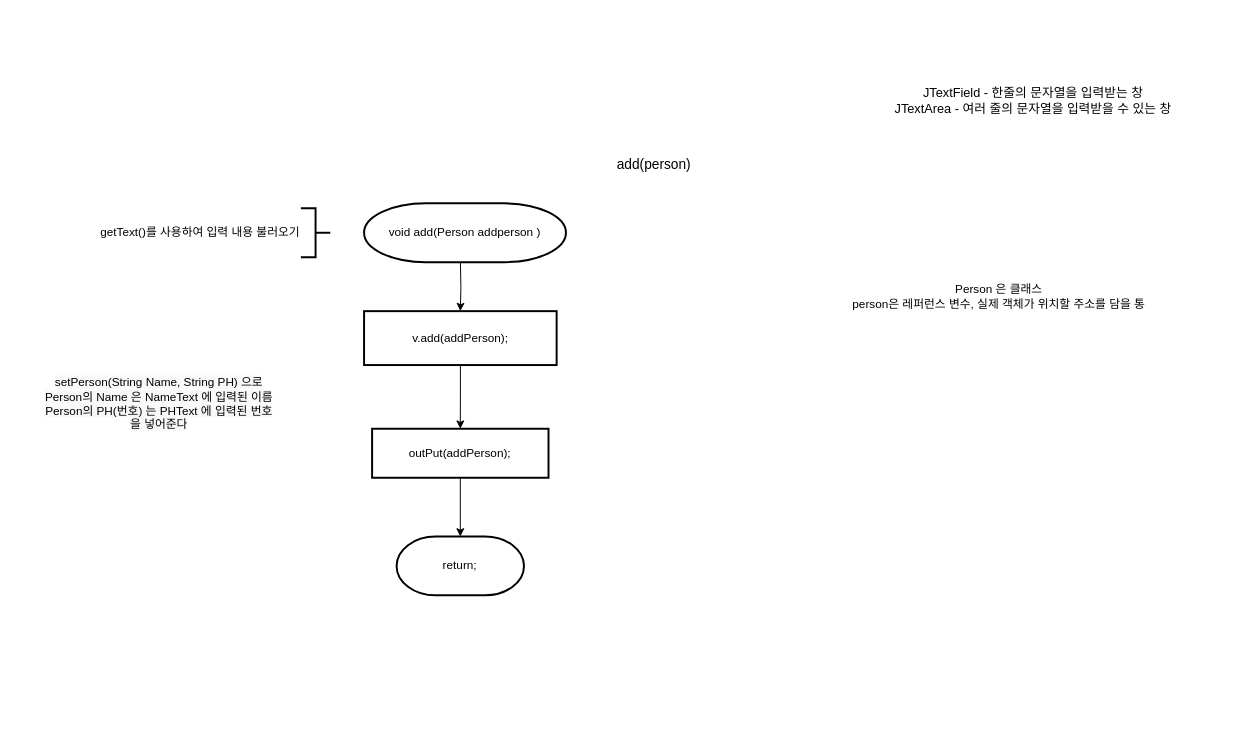
Above: 순서도/Add 기능 순서도_java.drawio in skatld123/PH_list_java (draw.io), before the change. Source tidied: cells renumbered, new cells numbered last; positions are measured from the earlier drawing's top-left corner, leaving out a move shared by most shapes. Both pictures are drawn from the tidied source at 98%, with x=0, y=0 at pixel (17, 51).
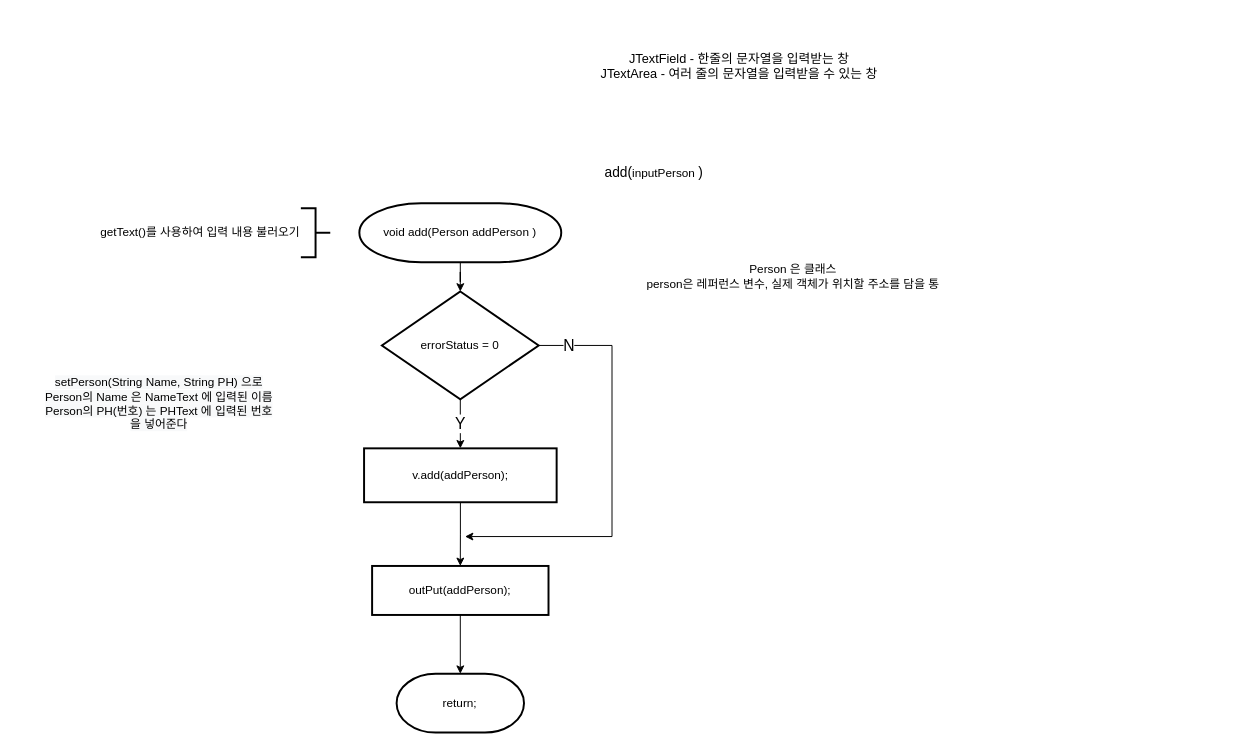
Above is the later version.

Commit message:
Add 기능 순서도_java.drawio 업데이트

The edit, as a diff of the source:
```diff
@@
 <mxGraphModel>
   <root>
     <mxCell id="0" />
     <mxCell id="1" parent="0" />
+    <mxCell id="15" style="edgeStyle=orthogonalEdgeStyle;rounded=0;jettySize=auto;html=1;fontSize=16;" parent="1" edge="1" source="2" target="18">
+      <mxGeometry relative="1" as="geometry" />
+    </mxCell>
-    <mxCell id="2" value="&lt;span style=&quot;text-align: left&quot;&gt;void add(Person addperson )&lt;/span&gt;" style="strokeWidth=2;html=1;shape=mxgraph.flowchart.terminator;whiteSpace=wrap;" parent="1" vertex="1">
-      <mxGeometry x="354" y="155" width="206" height="60" as="geometry" />
+    <mxCell id="2" value="&lt;span style=&quot;text-align: left&quot;&gt;void add(Person addPerson )&lt;/span&gt;" style="strokeWidth=2;html=1;shape=mxgraph.flowchart.terminator;whiteSpace=wrap;" parent="1" vertex="1">
+      <mxGeometry x="349.2" y="155" width="206" height="60" as="geometry" />
     </mxCell>
     <mxCell id="3" value="return;" style="strokeWidth=2;html=1;shape=mxgraph.flowchart.terminator;whiteSpace=wrap;" parent="1" vertex="1">
-      <mxGeometry x="387.2" y="495" width="130" height="60" as="geometry" />
+      <mxGeometry x="387.2" y="635" width="130" height="60" as="geometry" />
     </mxCell>
     <mxCell id="4" style="edgeStyle=orthogonalEdgeStyle;rounded=0;jettySize=auto;html=1;exitX=0.5;exitY=1;exitDx=0;exitDy=0;entryX=0.5;entryY=0;entryDx=0;entryDy=0;entryPerimeter=0;fontSize=13;" parent="1" edge="1" source="5" target="3">
       <mxGeometry relative="1" as="geometry" />
     </mxCell>
     <mxCell id="5" value="outPut(addPerson);" style="rounded=1;whiteSpace=wrap;html=1;absoluteArcSize=1;arcSize=0;strokeWidth=2;" parent="1" vertex="1">
-      <mxGeometry x="362.2" y="385" width="180" height="50" as="geometry" />
+      <mxGeometry x="362.2" y="525" width="180" height="50" as="geometry" />
     </mxCell>
     <mxCell id="6" value="Person 은 클래스&lt;br&gt;person은 레퍼런스 변수, 실제 객체가 위치할 주소를 담을 통" style="text;html=1;strokeColor=none;fillColor=none;align=center;verticalAlign=middle;whiteSpace=wrap;rounded=0;" parent="1" vertex="1">
-      <mxGeometry x="837" y="195" width="330" height="110" as="geometry" />
+      <mxGeometry x="627" y="175" width="330" height="110" as="geometry" />
     </mxCell>
     <mxCell id="7" style="edgeStyle=orthogonalEdgeStyle;rounded=0;jettySize=auto;html=1;entryX=0.5;entryY=0;entryDx=0;entryDy=0;fontSize=14;" parent="1" edge="1" source="8" target="5">
       <mxGeometry relative="1" as="geometry" />
     </mxCell>
     <mxCell id="8" value="&lt;p style=&quot;line-height: 140%&quot;&gt;&lt;span&gt;v.add(&lt;/span&gt;&lt;span style=&quot;font-family: &amp;#34;helvetica&amp;#34;&quot;&gt;addPerson&lt;/span&gt;&lt;span&gt;);&lt;/span&gt;&lt;br&gt;&lt;/p&gt;" style="rounded=1;whiteSpace=wrap;html=1;absoluteArcSize=1;arcSize=0;strokeWidth=2;align=center;" parent="1" vertex="1">
-      <mxGeometry x="354" y="265" width="196.5" height="55" as="geometry" />
+      <mxGeometry x="354" y="405" width="196.5" height="55" as="geometry" />
     </mxCell>
     <mxCell id="9" value="getText()를 사용하여 입력 내용 불러오기" style="text;html=1;strokeColor=none;fillColor=none;align=center;verticalAlign=middle;whiteSpace=wrap;rounded=0;" parent="1" vertex="1">
       <mxGeometry x="77" y="140" width="220" height="90" as="geometry" />
     </mxCell>
     <mxCell id="10" value="&lt;br&gt;&lt;br&gt;&lt;span style=&quot;color: rgb(0 , 0 , 0) ; font-family: &amp;#34;helvetica&amp;#34; ; font-size: 12px ; font-style: normal ; font-weight: 400 ; letter-spacing: normal ; text-indent: 0px ; text-transform: none ; word-spacing: 0px ; background-color: rgb(248 , 249 , 250) ; text-align: left&quot;&gt;setPerson(String Name, String PH) 으로&lt;br&gt;Person의 Name 은&amp;nbsp;&lt;/span&gt;&lt;span style=&quot;color: rgb(0 , 0 , 0) ; font-family: &amp;#34;helvetica&amp;#34; ; font-size: 12px ; font-style: normal ; font-weight: 400 ; letter-spacing: normal ; text-align: center ; text-indent: 0px ; text-transform: none ; word-spacing: 0px ; background-color: rgb(248 , 249 , 250) ; display: inline ; float: none&quot;&gt;NameText 에 입력된 이름&lt;/span&gt;&lt;br style=&quot;color: rgb(0 , 0 , 0) ; font-family: &amp;#34;helvetica&amp;#34; ; font-size: 12px ; font-style: normal ; font-weight: 400 ; letter-spacing: normal ; text-align: center ; text-indent: 0px ; text-transform: none ; word-spacing: 0px ; background-color: rgb(248 , 249 , 250)&quot;&gt;&lt;span style=&quot;color: rgb(0 , 0 , 0) ; font-family: &amp;#34;helvetica&amp;#34; ; font-size: 12px ; font-style: normal ; font-weight: 400 ; letter-spacing: normal ; text-indent: 0px ; text-transform: none ; word-spacing: 0px ; background-color: rgb(248 , 249 , 250) ; text-align: left&quot;&gt;Person의 PH(번호) 는&amp;nbsp;&lt;/span&gt;&lt;span style=&quot;color: rgb(0 , 0 , 0) ; font-family: &amp;#34;helvetica&amp;#34; ; font-size: 12px ; font-style: normal ; font-weight: 400 ; letter-spacing: normal ; text-align: center ; text-indent: 0px ; text-transform: none ; word-spacing: 0px ; background-color: rgb(248 , 249 , 250) ; display: inline ; float: none&quot;&gt;PHText 에 입력된 번호&lt;/span&gt;&lt;br style=&quot;color: rgb(0 , 0 , 0) ; font-family: &amp;#34;helvetica&amp;#34; ; font-size: 12px ; font-style: normal ; font-weight: 400 ; letter-spacing: normal ; text-align: center ; text-indent: 0px ; text-transform: none ; word-spacing: 0px ; background-color: rgb(248 , 249 , 250)&quot;&gt;&lt;span style=&quot;color: rgb(0 , 0 , 0) ; font-family: &amp;#34;helvetica&amp;#34; ; font-size: 12px ; font-style: normal ; font-weight: 400 ; letter-spacing: normal ; text-indent: 0px ; text-transform: none ; word-spacing: 0px ; background-color: rgb(248 , 249 , 250) ; text-align: left&quot;&gt;을 넣어준다&lt;/span&gt;" style="text;html=1;strokeColor=none;fillColor=none;align=center;verticalAlign=middle;whiteSpace=wrap;rounded=0;" parent="1" vertex="1">
       <mxGeometry x="-0.5" y="265" width="290" height="160" as="geometry" />
     </mxCell>
     <mxCell id="11" value="JTextField - 한줄의 문자열을 입력받는 창&lt;br style=&quot;font-size: 13px;&quot;&gt;JTextArea - 여러 줄의 문자열을 입력받을 수 있는 창" style="text;html=1;strokeColor=none;fillColor=none;align=center;verticalAlign=middle;whiteSpace=wrap;rounded=0;fontSize=13;" parent="1" vertex="1">
-      <mxGeometry x="837" width="400" height="100" as="geometry" />
+      <mxGeometry x="537" y="-35" width="400" height="100" as="geometry" />
     </mxCell>
-    <mxCell id="12" style="edgeStyle=orthogonalEdgeStyle;rounded=0;jettySize=auto;html=1;entryX=0.5;entryY=0;entryDx=0;entryDy=0;fontSize=14;" parent="1" edge="1" target="8">
-      <mxGeometry relative="1" as="geometry">
-        <mxPoint x="452.3" y="215" as="sourcePoint" />
-      </mxGeometry>
-    </mxCell>
     <mxCell id="13" style="strokeWidth=2;html=1;shape=mxgraph.flowchart.annotation_2;align=left;labelPosition=right;fontSize=14;direction=west;" parent="1" vertex="1">
       <mxGeometry x="289.5" y="160" width="30" height="50" as="geometry" />
     </mxCell>
-    <mxCell id="14" value="add(person)" style="text;html=1;strokeColor=none;fillColor=none;align=center;verticalAlign=middle;whiteSpace=wrap;rounded=0;fontSize=14;" parent="1" vertex="1">
+    <mxCell id="14" value="&amp;nbsp;&lt;br&gt;add(&lt;span style=&quot;font-size: 12px&quot;&gt;inputPerson&amp;nbsp;&lt;/span&gt;)" style="text;html=1;strokeColor=none;fillColor=none;align=center;verticalAlign=middle;whiteSpace=wrap;rounded=0;fontSize=14;" parent="1" vertex="1">
       <mxGeometry x="560" y="90" width="180" height="50" as="geometry" />
     </mxCell>
+    <mxCell id="16" value="Y" style="edgeStyle=orthogonalEdgeStyle;rounded=0;jettySize=auto;html=1;entryX=0.5;entryY=0;entryDx=0;entryDy=0;fontSize=16;" parent="1" edge="1" source="18" target="8">
+      <mxGeometry relative="1" as="geometry" />
+    </mxCell>
+    <mxCell id="17" value="N" style="edgeStyle=orthogonalEdgeStyle;rounded=0;jettySize=auto;html=1;exitX=1;exitY=0.5;exitDx=0;exitDy=0;exitPerimeter=0;fontSize=16;" parent="1" edge="1" source="18">
+      <mxGeometry x="-0.85" relative="1" as="geometry">
+        <mxPoint x="457" y="495" as="targetPoint" />
+        <Array as="points">
+          <mxPoint x="607" y="300" />
+          <mxPoint x="607" y="495" />
+        </Array>
+      </mxGeometry>
+    </mxCell>
+    <mxCell id="18" value="errorStatus = 0" style="strokeWidth=2;html=1;shape=mxgraph.flowchart.decision;whiteSpace=wrap;" parent="1" vertex="1">
+      <mxGeometry x="372.2" y="245" width="160" height="110" as="geometry" />
+    </mxCell>
   </root>
 </mxGraphModel>
```
